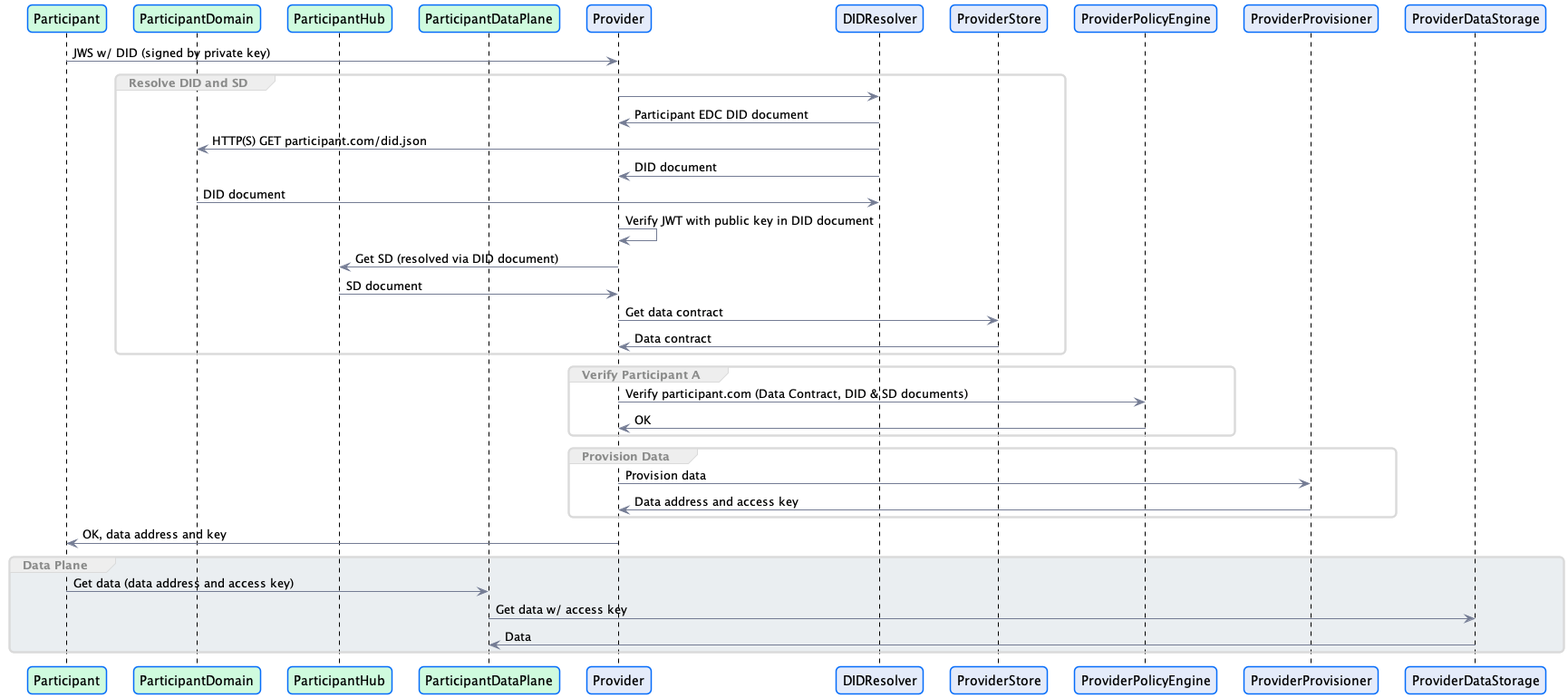
Above: protocols/did-policy-negotiation.png in Metaform/mvd (PlantUML), before the change. The source it was exported from:
```plantuml
@startuml "did-policy-negotiation"
!pragma layout smetana

!include ../diagrams/diagram.styles.puml

participant Participant #CFFBDE
participant ParticipantDomain #CFFBDE
participant ParticipantHub #CFFBDE
participant ParticipantDataPlane #CFFBDE

Participant -> Provider : JWS w/ DID (signed by private key)

group Resolve DID and SD
Provider ->DIDResolver
DIDResolver -> Provider: Participant EDC DID document
DIDResolver ->  ParticipantDomain: HTTP(S) GET participant.com/did.json
DIDResolver -> Provider: DID document
ParticipantDomain -> DIDResolver: DID document
Provider -> Provider: Verify JWT with public key in DID document
Provider ->  ParticipantHub: Get SD (resolved via DID document)
ParticipantHub -> Provider: SD document
Provider -> ProviderStore: Get data contract
ProviderStore -> Provider: Data contract
end

group Verify Participant A
Provider -> ProviderPolicyEngine: Verify participant.com (Data Contract, DID & SD documents)
ProviderPolicyEngine -> Provider: OK
end

group Provision Data
Provider -> ProviderProvisioner: Provision data
ProviderProvisioner -> Provider: Data address and access key
end

Provider ->  Participant: OK, data address and key

group #EAEEF1 Data Plane
Participant -> ParticipantDataPlane: Get data (data address and access key)
ParticipantDataPlane -> ProviderDataStorage: Get data w/ access key
ProviderDataStorage -> ParticipantDataPlane: Data
end

@enduml
```
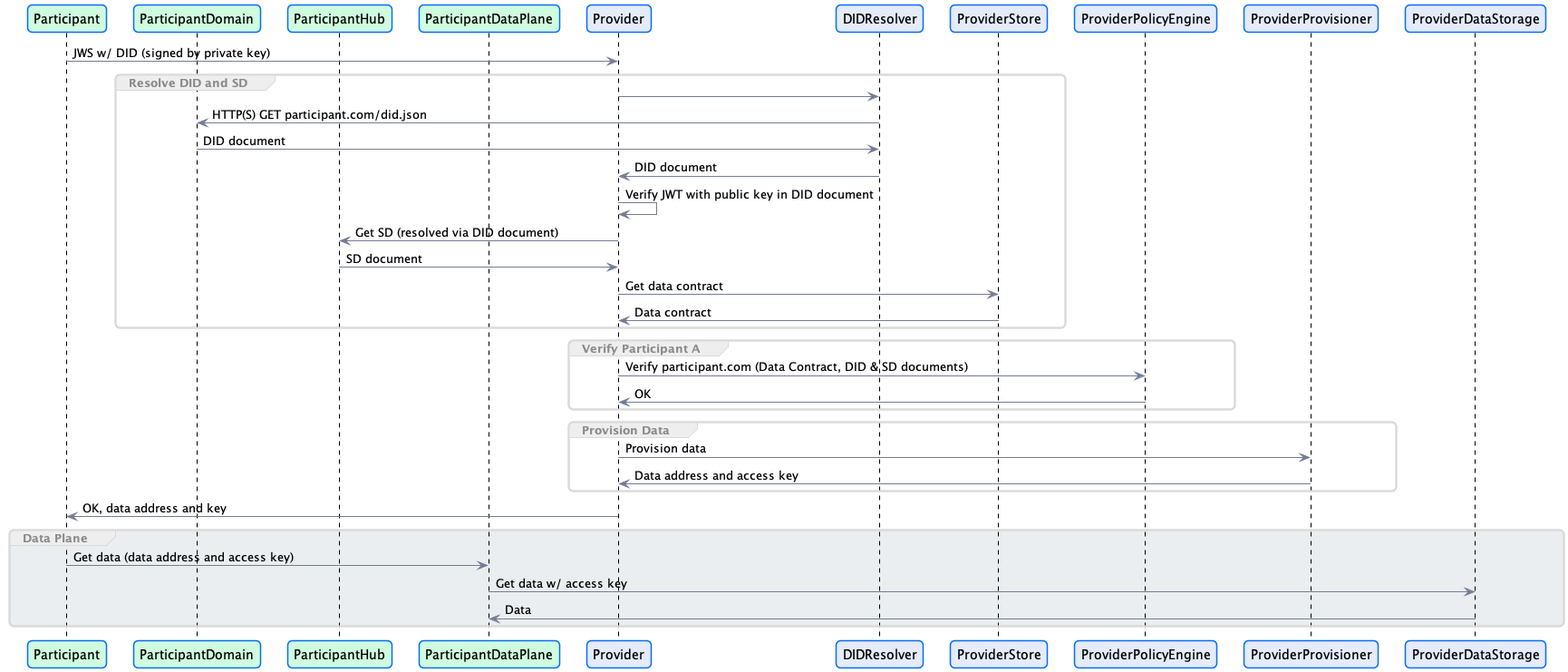
The same file after the commit.

Commit message:
Fix resolution sequence

Change to the diagram source:
```diff
@@ -12,10 +12,9 @@
 
 group Resolve DID and SD
 Provider ->DIDResolver
-DIDResolver -> Provider: Participant EDC DID document
 DIDResolver ->  ParticipantDomain: HTTP(S) GET participant.com/did.json
+ParticipantDomain -> DIDResolver: DID document
 DIDResolver -> Provider: DID document
-ParticipantDomain -> DIDResolver: DID document
 Provider -> Provider: Verify JWT with public key in DID document
 Provider ->  ParticipantHub: Get SD (resolved via DID document)
 ParticipantHub -> Provider: SD document
```
